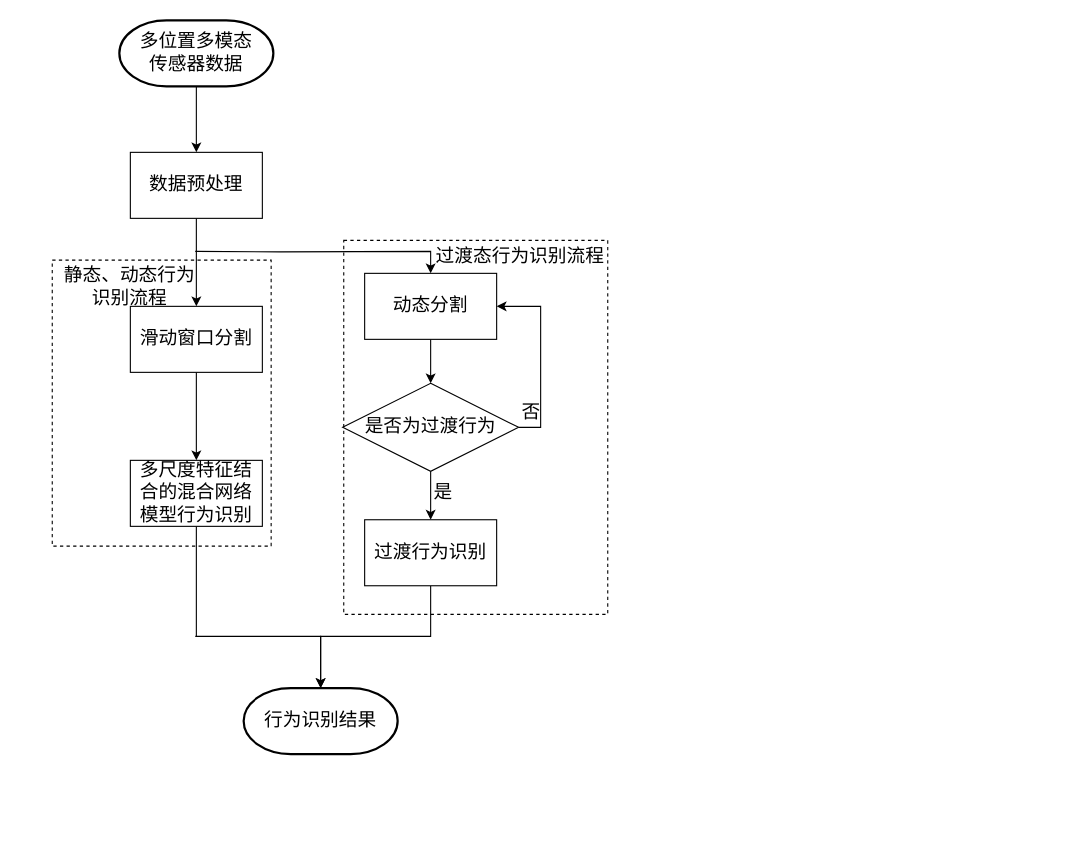
ByronGe/ff keeps this draw.io diagram as 过渡态流程图.drawio. Above is the earlier version. Source tidied: cells renumbered, new cells numbered last; positions are measured from the earlier drawing's top-left corner, leaving out a move shared by most shapes. Both pictures are drawn from the tidied source at 110%, with x=0, y=0 at pixel (52, 20).
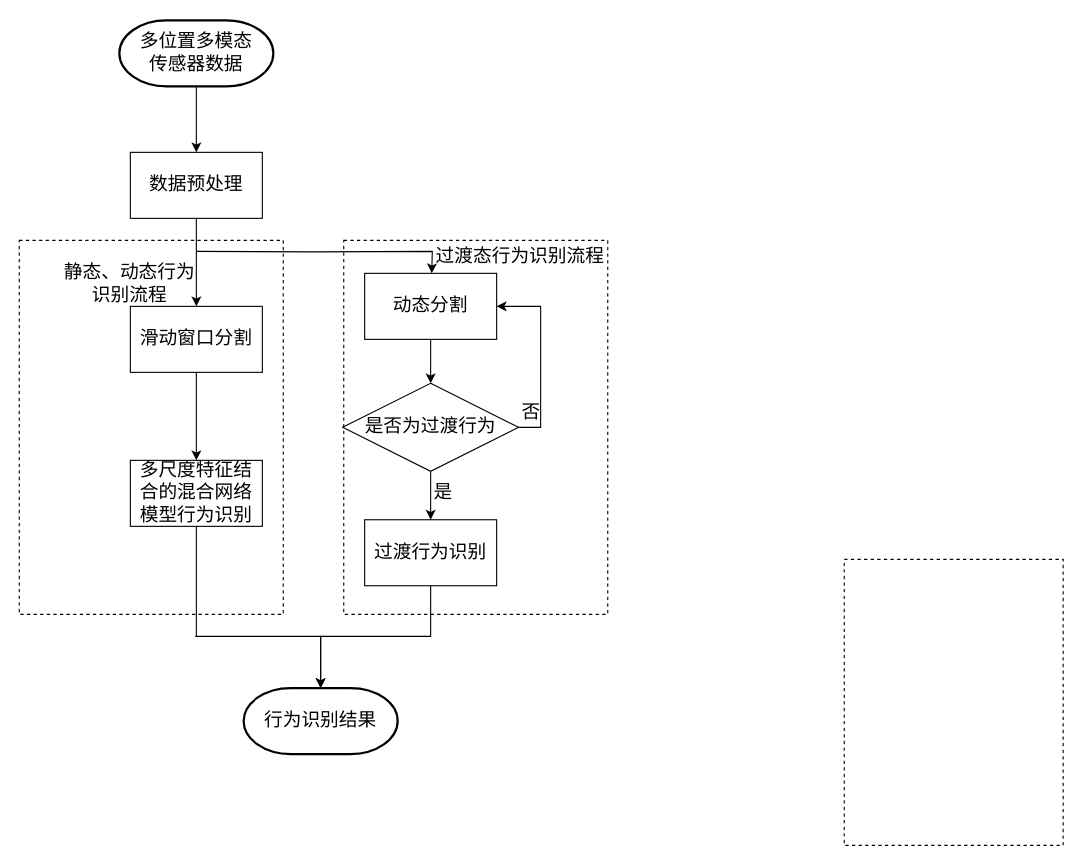
Above is the later version.

Commit message:
Update 过渡态流程图.drawio

The change refers to these unchanged cells:
```xml
<mxCell id="12" value="动态分割" style="rounded=0;whiteSpace=wrap;html=1;fontFamily=Times New Roman;fontSize=17;" parent="1" vertex="1">
  <mxGeometry x="284" y="230" width="120" height="60" as="geometry" />
</mxCell>
```

Change to the diagram source:
```diff
@@
-    <mxCell id="5" style="edgeStyle=orthogonalEdgeStyle;rounded=0;jettySize=auto;html=1;entryX=0.5;entryY=0;entryDx=0;entryDy=0;fontFamily=Times New Roman;fontSize=17;" parent="1" edge="1" target="12">
+    <mxCell id="5" style="edgeStyle=orthogonalEdgeStyle;rounded=0;orthogonalLoop=1;jettySize=auto;html=1;entryX=0.5;entryY=0;entryDx=0;entryDy=0;fontFamily=Times New Roman;fontSize=17;" parent="1" edge="1">
       <mxGeometry relative="1" as="geometry">
-        <mxPoint x="130" y="210" as="sourcePoint" />
+        <mxPoint x="131" y="210" as="sourcePoint" />
+        <mxPoint x="345" y="230" as="targetPoint" />
       </mxGeometry>
     </mxCell>
@@
     <mxCell id="19" style="rounded=0;whiteSpace=wrap;html=1;dashed=1;fillColor=none;fontFamily=Times New Roman;fontSize=17;" parent="1" vertex="1">
-      <mxGeometry y="218" width="199" height="260" as="geometry" />
+      <mxGeometry x="720" y="490" width="199" height="260" as="geometry" />
     </mxCell>
@@
     <mxCell id="24" value="静态、动态行为&lt;br style=&quot;font-size: 17px;&quot;&gt;识别流程" style="text;html=1;align=center;verticalAlign=middle;fontFamily=Times New Roman;fontSize=17;" parent="1" vertex="1">
-      <mxGeometry x="5" y="217" width="130" height="50" as="geometry" />
+      <mxGeometry x="5" y="215" width="130" height="50" as="geometry" />
     </mxCell>
+    <mxCell id="25" style="rounded=0;whiteSpace=wrap;html=1;dashed=1;fillColor=none;fontFamily=Times New Roman;fontSize=17;" parent="1" vertex="1">
+      <mxGeometry x="-30" y="200" width="240" height="340" as="geometry" />
+    </mxCell>
```
